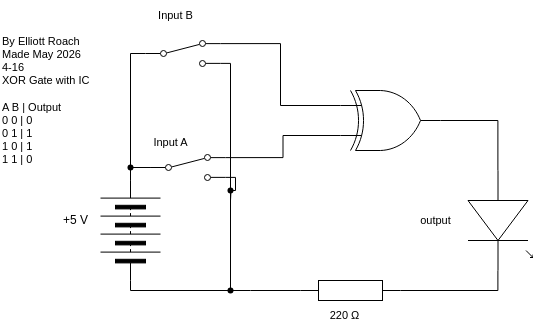
Above: 4-16/schematicDiagram.png in elliottroach/TEJ3M-unit-4 (draw.io), before the change. Source tidied: cells renumbered, new cells last; positions are measured from the earlier drawing's top-left corner, leaving out a move shared by most shapes.
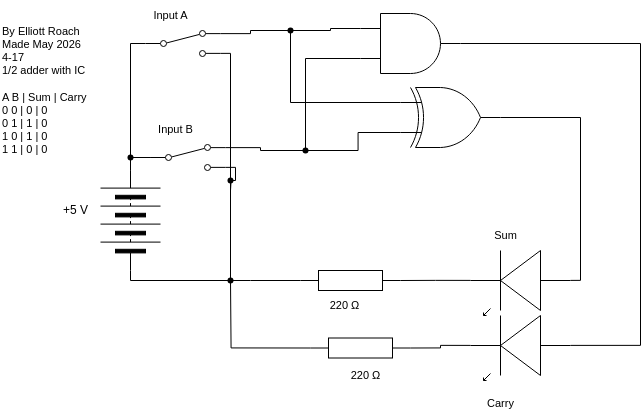
The same diagram one commit later.

The edit, as a diff of the source:
```diff
@@ -5,8 +5,8 @@
     <mxCell id="2" style="verticalLabelPosition=bottom;shadow=0;dashed=0;align=center;html=1;verticalAlign=top;shape=mxgraph.electrical.resistors.resistor_1;rotation=0;" parent="1" vertex="1">
       <mxGeometry x="300" y="280" width="100" height="20" as="geometry" />
     </mxCell>
-    <mxCell id="3" style="verticalLabelPosition=bottom;shadow=0;dashed=0;align=center;html=1;verticalAlign=top;shape=mxgraph.electrical.opto_electronics.led_1;rotation=90;" parent="1" vertex="1">
-      <mxGeometry x="450" y="187.5" width="100" height="65" as="geometry" />
+    <mxCell id="3" style="verticalLabelPosition=bottom;shadow=0;dashed=0;align=center;html=1;verticalAlign=top;shape=mxgraph.electrical.opto_electronics.led_1;rotation=-180;" parent="1" vertex="1">
+      <mxGeometry x="470" y="260" width="100" height="65" as="geometry" />
     </mxCell>
     <mxCell id="4" style="edgeStyle=orthogonalEdgeStyle;shape=connector;curved=0;rounded=0;html=1;exitDx=0;exitDy=0;exitPerimeter=0;entryX=0;entryY=0.5;entryDx=0;entryDy=0;strokeColor=#000000;align=center;verticalAlign=middle;fontFamily=Helvetica;fontSize=11;fontColor=default;labelBackgroundColor=default;endArrow=none;endFill=0;" parent="1" edge="1" source="12" target="8">
       <mxGeometry relative="1" as="geometry" />
@@ -14,7 +14,7 @@
     <mxCell id="5" value="220&amp;nbsp;Ω" style="text;html=1;align=center;verticalAlign=middle;strokeColor=none;fillColor=none;fontFamily=Helvetica;fontSize=11;fontColor=default;labelBackgroundColor=default;" parent="1" vertex="1">
       <mxGeometry x="319" y="300" width="50" height="30" as="geometry" />
     </mxCell>
-    <mxCell id="6" value="By Elliott Roach&lt;div&gt;Made May 2026&amp;nbsp;&lt;/div&gt;&lt;div&gt;4-16&lt;/div&gt;&lt;div&gt;XOR Gate with IC&lt;/div&gt;&lt;div&gt;&lt;br&gt;&lt;/div&gt;&lt;div&gt;A B | Output&lt;/div&gt;&lt;div&gt;0 0 | 0&lt;/div&gt;&lt;div&gt;0 1 | 1&lt;/div&gt;&lt;div&gt;1 0 | 1&lt;/div&gt;&lt;div&gt;1 1 | 0&lt;/div&gt;" style="text;html=1;align=left;verticalAlign=middle;strokeColor=none;fillColor=none;fontFamily=Helvetica;fontSize=11;fontColor=default;labelBackgroundColor=default;" parent="1" vertex="1">
+    <mxCell id="6" value="By Elliott Roach&lt;div&gt;Made May 2026&amp;nbsp;&lt;/div&gt;&lt;div&gt;4-17&lt;/div&gt;&lt;div&gt;1/2 adder with IC&lt;/div&gt;&lt;div&gt;&lt;br&gt;&lt;/div&gt;&lt;div&gt;A B | Sum | Carry&lt;/div&gt;&lt;div&gt;0 0 | 0 | 0&lt;/div&gt;&lt;div&gt;0 1 | 1 | 0&lt;/div&gt;&lt;div&gt;1 0 | 1 | 0&lt;/div&gt;&lt;div&gt;1 1 | 0 | 0&lt;/div&gt;" style="text;html=1;align=left;verticalAlign=middle;strokeColor=none;fillColor=none;fontFamily=Helvetica;fontSize=11;fontColor=default;labelBackgroundColor=default;" parent="1" vertex="1">
       <mxGeometry y="25" width="110" height="150" as="geometry" />
     </mxCell>
     <mxCell id="7" style="edgeStyle=orthogonalEdgeStyle;shape=connector;curved=0;rounded=0;html=1;exitX=1;exitY=0.5;exitDx=0;exitDy=0;entryX=0;entryY=0.5;entryDx=0;entryDy=0;strokeColor=#000000;align=center;verticalAlign=middle;fontFamily=Helvetica;fontSize=11;fontColor=default;labelBackgroundColor=default;endArrow=none;endFill=0;" parent="1" edge="1" source="8" target="11">
@@ -41,7 +41,7 @@
       <mxGeometry x="220" y="280" width="20" height="20" as="geometry" />
     </mxCell>
     <mxCell id="13" value="Input A" style="text;html=1;align=center;verticalAlign=middle;strokeColor=none;fillColor=none;fontFamily=Helvetica;fontSize=11;fontColor=default;labelBackgroundColor=default;" parent="1" vertex="1">
-      <mxGeometry x="140" y="127" width="60" height="30" as="geometry" />
+      <mxGeometry x="140" y="10" width="60" height="30" as="geometry" />
     </mxCell>
     <mxCell id="14" style="edgeStyle=orthogonalEdgeStyle;shape=connector;curved=0;rounded=0;html=1;exitX=1;exitY=0.54;exitDx=0;exitDy=0;exitPerimeter=0;entryX=1;entryY=0.5;entryDx=0;entryDy=0;entryPerimeter=0;strokeColor=#000000;align=center;verticalAlign=middle;fontFamily=Helvetica;fontSize=11;fontColor=default;labelBackgroundColor=default;endArrow=none;endFill=0;" parent="1" edge="1" source="3" target="2">
       <mxGeometry relative="1" as="geometry" />
@@ -54,8 +54,8 @@
         </Array>
       </mxGeometry>
     </mxCell>
-    <mxCell id="16" value="output" style="text;html=1;align=center;verticalAlign=middle;strokeColor=none;fillColor=none;fontFamily=Helvetica;fontSize=11;fontColor=default;labelBackgroundColor=default;" parent="1" vertex="1">
-      <mxGeometry x="410" y="205" width="50" height="30" as="geometry" />
+    <mxCell id="16" value="Sum" style="text;html=1;align=center;verticalAlign=middle;strokeColor=none;fillColor=none;fontFamily=Helvetica;fontSize=11;fontColor=default;labelBackgroundColor=default;" parent="1" vertex="1">
+      <mxGeometry x="480" y="230" width="50" height="30" as="geometry" />
     </mxCell>
     <mxCell id="17" style="edgeStyle=orthogonalEdgeStyle;shape=connector;curved=0;rounded=0;html=1;exitDx=0;exitDy=0;entryX=1;entryY=0.5;entryDx=0;entryDy=0;strokeColor=#000000;align=center;verticalAlign=middle;fontFamily=Helvetica;fontSize=11;fontColor=default;labelBackgroundColor=default;endArrow=none;endFill=0;" parent="1" edge="1" source="20" target="8">
       <mxGeometry relative="1" as="geometry" />
@@ -77,20 +77,73 @@
         <mxPoint x="230" y="200" as="targetPoint" />
       </mxGeometry>
     </mxCell>
-    <mxCell id="23" style="edgeStyle=orthogonalEdgeStyle;shape=connector;curved=0;rounded=0;html=1;exitX=0;exitY=0.25;exitDx=0;exitDy=0;exitPerimeter=0;entryX=1;entryY=0.12;entryDx=0;entryDy=0;strokeColor=#000000;align=center;verticalAlign=middle;fontFamily=Helvetica;fontSize=11;fontColor=default;labelBackgroundColor=default;endArrow=none;endFill=0;" parent="1" edge="1" source="27" target="11">
+    <mxCell id="23" style="edgeStyle=orthogonalEdgeStyle;shape=connector;curved=0;rounded=0;html=1;exitDx=0;exitDy=0;exitPerimeter=0;entryX=1;entryY=0.12;entryDx=0;entryDy=0;strokeColor=#000000;align=center;verticalAlign=middle;fontFamily=Helvetica;fontSize=11;fontColor=default;labelBackgroundColor=default;endArrow=none;endFill=0;" parent="1" edge="1" source="41" target="11">
       <mxGeometry relative="1" as="geometry" />
     </mxCell>
-    <mxCell id="24" style="edgeStyle=orthogonalEdgeStyle;shape=connector;curved=0;rounded=0;html=1;exitX=1;exitY=0.12;exitDx=0;exitDy=0;entryX=0;entryY=0.75;entryDx=0;entryDy=0;entryPerimeter=0;strokeColor=#000000;align=center;verticalAlign=middle;fontFamily=Helvetica;fontSize=11;fontColor=default;labelBackgroundColor=default;endArrow=none;endFill=0;" parent="1" edge="1" source="18" target="27">
-      <mxGeometry relative="1" as="geometry" />
+    <mxCell id="24" style="edgeStyle=orthogonalEdgeStyle;shape=connector;curved=0;rounded=0;html=1;exitDx=0;exitDy=0;entryX=0;entryY=0.75;entryDx=0;entryDy=0;entryPerimeter=0;strokeColor=#000000;align=center;verticalAlign=middle;fontFamily=Helvetica;fontSize=11;fontColor=default;labelBackgroundColor=default;endArrow=none;endFill=0;" parent="1" edge="1" source="39" target="34">
+      <mxGeometry relative="1" as="geometry">
+        <Array as="points">
+          <mxPoint x="305" y="68" />
+        </Array>
+      </mxGeometry>
     </mxCell>
     <mxCell id="25" value="Input B" style="text;html=1;align=center;verticalAlign=middle;strokeColor=none;fillColor=none;fontFamily=Helvetica;fontSize=11;fontColor=default;labelBackgroundColor=default;" parent="1" vertex="1">
-      <mxGeometry x="140" width="70" height="30" as="geometry" />
+      <mxGeometry x="140" y="124" width="70" height="30" as="geometry" />
     </mxCell>
-    <mxCell id="26" style="edgeStyle=orthogonalEdgeStyle;shape=connector;curved=0;rounded=0;html=1;exitX=1;exitY=0.5;exitDx=0;exitDy=0;exitPerimeter=0;entryX=0;entryY=0.54;entryDx=0;entryDy=0;entryPerimeter=0;strokeColor=#000000;align=center;verticalAlign=middle;fontFamily=Helvetica;fontSize=11;fontColor=default;labelBackgroundColor=default;endArrow=none;endFill=0;" parent="1" edge="1" source="27" target="3">
+    <mxCell id="26" style="edgeStyle=orthogonalEdgeStyle;shape=connector;curved=0;rounded=0;html=1;exitX=1;exitY=0.5;exitDx=0;exitDy=0;exitPerimeter=0;entryX=0;entryY=0.54;entryDx=0;entryDy=0;entryPerimeter=0;strokeColor=#000000;align=center;verticalAlign=middle;fontFamily=Helvetica;fontSize=11;fontColor=default;labelBackgroundColor=default;endArrow=none;endFill=0;" parent="1" edge="1" source="37" target="3">
       <mxGeometry relative="1" as="geometry" />
     </mxCell>
-    <mxCell id="27" style="verticalLabelPosition=bottom;shadow=0;dashed=0;align=center;html=1;verticalAlign=top;shape=mxgraph.electrical.logic_gates.logic_gate;operation=xor;fontFamily=Helvetica;fontSize=11;fontColor=default;labelBackgroundColor=default;" parent="1" vertex="1">
-      <mxGeometry x="340" y="90" width="100" height="60" as="geometry" />
-    </mxCell>
+    <mxCell id="28" style="verticalLabelPosition=bottom;shadow=0;dashed=0;align=center;html=1;verticalAlign=top;shape=mxgraph.electrical.opto_electronics.led_1;rotation=-180;" parent="1" vertex="1">
+      <mxGeometry x="470" y="325" width="100" height="65" as="geometry" />
+    </mxCell>
+    <mxCell id="29" style="edgeStyle=orthogonalEdgeStyle;shape=connector;curved=0;rounded=0;html=1;exitX=0;exitY=0.5;exitDx=0;exitDy=0;exitPerimeter=0;strokeColor=#000000;align=center;verticalAlign=middle;fontFamily=Helvetica;fontSize=11;fontColor=default;labelBackgroundColor=default;endArrow=none;endFill=0;" parent="1" edge="1" source="30">
+      <mxGeometry relative="1" as="geometry">
+        <mxPoint x="230" y="290" as="targetPoint" />
+      </mxGeometry>
+    </mxCell>
+    <mxCell id="30" style="verticalLabelPosition=bottom;shadow=0;dashed=0;align=center;html=1;verticalAlign=top;shape=mxgraph.electrical.resistors.resistor_1;rotation=0;" parent="1" vertex="1">
+      <mxGeometry x="310" y="347.5" width="100" height="20" as="geometry" />
+    </mxCell>
+    <mxCell id="31" value="220&amp;nbsp;Ω" style="text;html=1;align=center;verticalAlign=middle;strokeColor=none;fillColor=none;fontFamily=Helvetica;fontSize=11;fontColor=default;labelBackgroundColor=default;" parent="1" vertex="1">
+      <mxGeometry x="340" y="370" width="50" height="30" as="geometry" />
+    </mxCell>
+    <mxCell id="32" style="edgeStyle=orthogonalEdgeStyle;shape=connector;curved=0;rounded=0;html=1;exitX=1;exitY=0.54;exitDx=0;exitDy=0;exitPerimeter=0;entryX=1;entryY=0.5;entryDx=0;entryDy=0;entryPerimeter=0;strokeColor=#000000;align=center;verticalAlign=middle;fontFamily=Helvetica;fontSize=11;fontColor=default;labelBackgroundColor=default;endArrow=none;endFill=0;" parent="1" edge="1" source="28" target="30">
+      <mxGeometry relative="1" as="geometry" />
+    </mxCell>
+    <mxCell id="33" style="edgeStyle=orthogonalEdgeStyle;shape=connector;curved=0;rounded=0;html=1;exitX=1;exitY=0.5;exitDx=0;exitDy=0;exitPerimeter=0;strokeColor=#000000;align=center;verticalAlign=middle;fontFamily=Helvetica;fontSize=11;fontColor=default;labelBackgroundColor=default;endArrow=none;endFill=0;entryX=0;entryY=0.54;entryDx=0;entryDy=0;entryPerimeter=0;" parent="1" edge="1" source="34" target="28">
+      <mxGeometry relative="1" as="geometry">
+        <Array as="points">
+          <mxPoint x="640" y="53" />
+          <mxPoint x="640" y="355" />
+        </Array>
+      </mxGeometry>
+    </mxCell>
+    <mxCell id="34" style="verticalLabelPosition=bottom;shadow=0;dashed=0;align=center;html=1;verticalAlign=top;shape=mxgraph.electrical.logic_gates.logic_gate;operation=and;fontFamily=Helvetica;fontSize=11;fontColor=default;labelBackgroundColor=default;" parent="1" vertex="1">
+      <mxGeometry x="360" y="23" width="100" height="60" as="geometry" />
+    </mxCell>
+    <mxCell id="35" value="Carry" style="text;html=1;align=center;verticalAlign=middle;strokeColor=none;fillColor=none;fontFamily=Helvetica;fontSize=11;fontColor=default;labelBackgroundColor=default;" parent="1" vertex="1">
+      <mxGeometry x="475" y="398" width="50" height="30" as="geometry" />
+    </mxCell>
+    <mxCell id="36" style="edgeStyle=orthogonalEdgeStyle;shape=connector;curved=0;rounded=0;html=1;exitX=0;exitY=0.75;exitDx=0;exitDy=0;exitPerimeter=0;strokeColor=#000000;align=center;verticalAlign=middle;fontFamily=Helvetica;fontSize=11;fontColor=default;labelBackgroundColor=default;endArrow=none;endFill=0;" parent="1" edge="1" source="37" target="39">
+      <mxGeometry relative="1" as="geometry" />
+    </mxCell>
+    <mxCell id="37" style="verticalLabelPosition=bottom;shadow=0;dashed=0;align=center;html=1;verticalAlign=top;shape=mxgraph.electrical.logic_gates.logic_gate;operation=xor;fontFamily=Helvetica;fontSize=11;fontColor=default;labelBackgroundColor=default;" parent="1" vertex="1">
+      <mxGeometry x="400" y="97" width="100" height="60" as="geometry" />
+    </mxCell>
+    <mxCell id="38" style="edgeStyle=orthogonalEdgeStyle;shape=connector;curved=0;rounded=0;html=1;exitX=1;exitY=0.12;exitDx=0;exitDy=0;entryDx=0;entryDy=0;entryPerimeter=0;strokeColor=#000000;align=center;verticalAlign=middle;fontFamily=Helvetica;fontSize=11;fontColor=default;labelBackgroundColor=default;endArrow=none;endFill=0;" parent="1" edge="1" source="18" target="39">
+      <mxGeometry relative="1" as="geometry" />
+    </mxCell>
+    <mxCell id="39" style="shape=waypoint;sketch=0;size=6;points=[];fillColor=none;perimeter=centerPerimeter;snapToPoint=1;fontFamily=Helvetica;fontSize=11;fontColor=default;labelBackgroundColor=default;" parent="1" vertex="1">
+      <mxGeometry x="295" y="150" width="20" height="20" as="geometry" />
+    </mxCell>
+    <mxCell id="40" style="edgeStyle=orthogonalEdgeStyle;shape=connector;curved=0;rounded=0;html=1;exitX=0;exitY=0.25;exitDx=0;exitDy=0;exitPerimeter=0;entryDx=0;entryDy=0;strokeColor=#000000;align=center;verticalAlign=middle;fontFamily=Helvetica;fontSize=11;fontColor=default;labelBackgroundColor=default;endArrow=none;endFill=0;" parent="1" edge="1" source="34" target="41">
+      <mxGeometry relative="1" as="geometry" />
+    </mxCell>
+    <mxCell id="41" style="shape=waypoint;sketch=0;size=6;points=[];fillColor=none;perimeter=centerPerimeter;snapToPoint=1;fontFamily=Helvetica;fontSize=11;fontColor=default;labelBackgroundColor=default;" parent="1" vertex="1">
+      <mxGeometry x="280" y="30" width="20" height="20" as="geometry" />
+    </mxCell>
+    <mxCell id="42" style="edgeStyle=orthogonalEdgeStyle;shape=connector;curved=0;rounded=0;html=1;exitX=0;exitY=0.25;exitDx=0;exitDy=0;exitPerimeter=0;entryX=0.6;entryY=0.85;entryDx=0;entryDy=0;entryPerimeter=0;strokeColor=#000000;align=center;verticalAlign=middle;fontFamily=Helvetica;fontSize=11;fontColor=default;labelBackgroundColor=default;endArrow=none;endFill=0;" parent="1" edge="1" source="37" target="41">
+      <mxGeometry relative="1" as="geometry" />
+    </mxCell>
   </root>
 </mxGraphModel>
```
